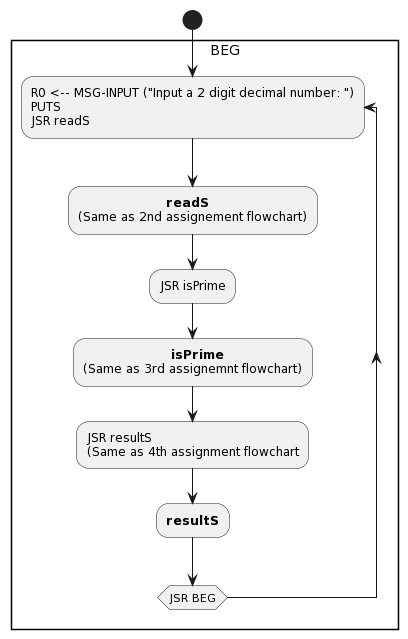
The PlantUML diagram flowcharts/5th assignment flowchart.png in YesSeri/first-assignment-machine-programming, before a commit.
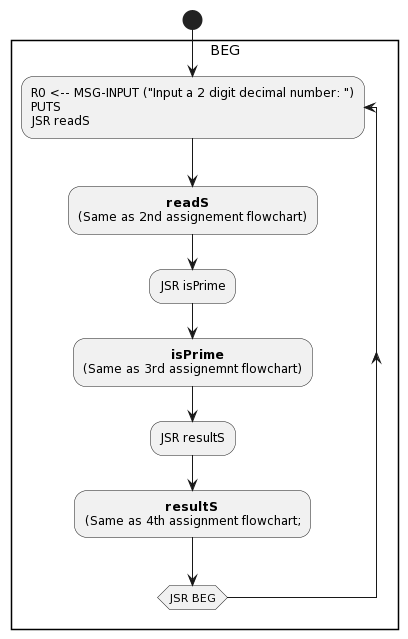
After the change.

The edit, as a diff of the source:
```diff
@@ -12,9 +12,10 @@
 :                      **isPrime**
 (Same as 3rd assignemnt flowchart);
 
-:JSR resultS
-(Same as 4th assignment flowchart;
-:**resultS**;
+:JSR resultS;
+
+:                    **resultS**
+(Same as 4th assignment flowchart;;
 repeat while (JSR BEG)
 }
 
```
